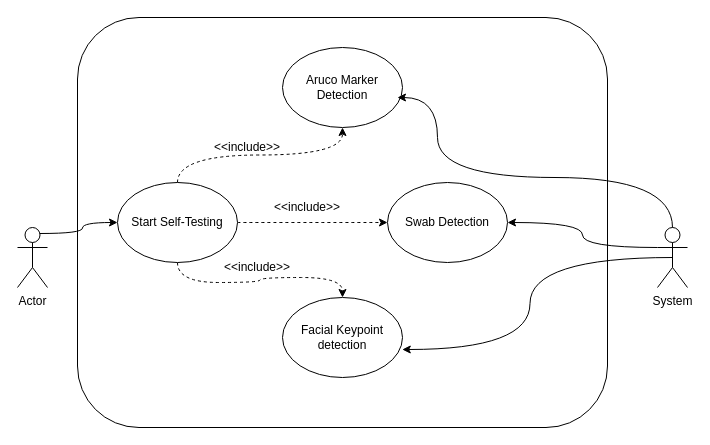
Before: UseCaseDiagram.drawio in M-Elsaeed/GP, a draw.io diagram. Source tidied: cells renumbered, new cells numbered last; positions are measured from the earlier drawing's top-left corner, leaving out a move shared by most shapes. Both pictures are drawn from the tidied source at 100%, with x=0, y=0 at pixel (17, 17).
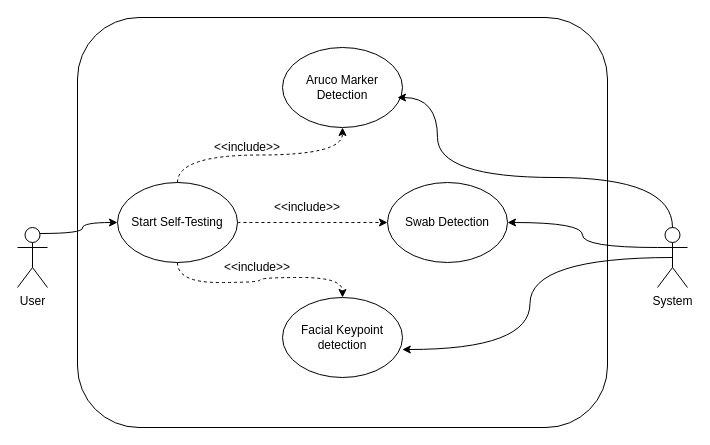
The same page after the edit.

The edit, as a diff of the source:
```diff
@@
-    <mxCell id="3" value="Actor" style="shape=umlActor;verticalLabelPosition=bottom;verticalAlign=top;html=1;" parent="1" vertex="1">
+    <mxCell id="3" value="User" style="shape=umlActor;verticalLabelPosition=bottom;verticalAlign=top;html=1;" parent="1" vertex="1">
       <mxGeometry y="210" width="30" height="60" as="geometry" />
     </mxCell>
```
